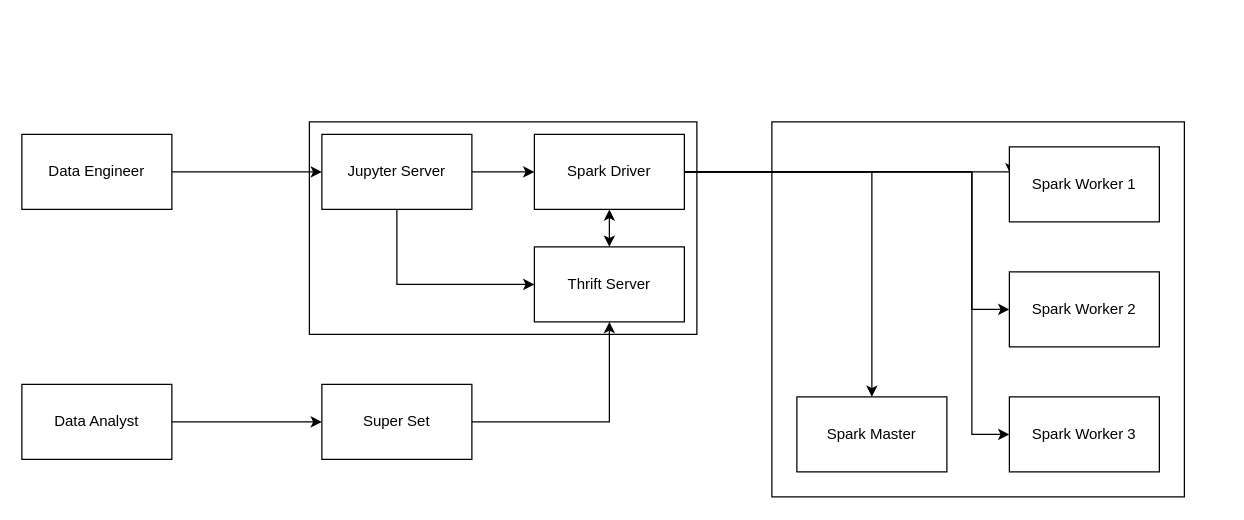
This is misc/diagramms/Architectur/Architectur.drawio from OWLcracker/big-data, a draw.io file, before an edit. Source tidied: cells renumbered, new cells numbered last; positions are measured from the earlier drawing's top-left corner, leaving out a move shared by most shapes. Both pictures are drawn from the tidied source at 125%, with x=0, y=0 at pixel (21, 121).
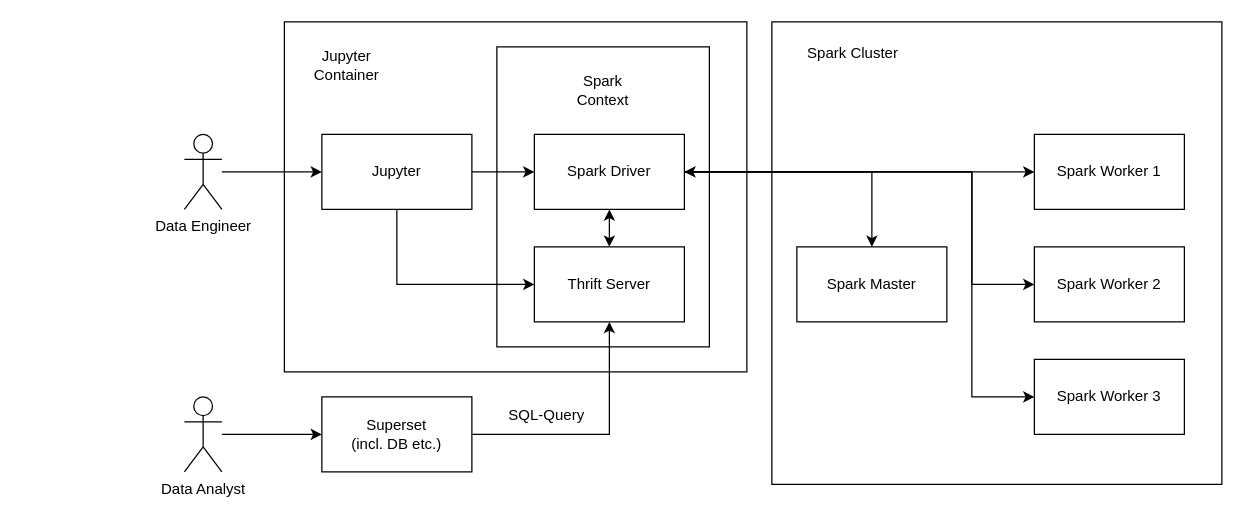
After the change.

Commit message (it also covers changes not shown here):
Add architecture diagramm and description in readme(not corrected)

What changed in the source:
```diff
@@
-    <mxCell id="2" style="rounded=0;whiteSpace=wrap;html=1;" parent="1" vertex="1">
-      <mxGeometry x="600" width="330" height="300" as="geometry" />
+    <mxCell id="2" style="rounded=0;whiteSpace=wrap;html=1;fontFamily=JetBrainsMono Nerd Font;" parent="1" vertex="1">
+      <mxGeometry x="600" y="-80" width="360" height="370" as="geometry" />
     </mxCell>
-    <mxCell id="3" style="rounded=0;whiteSpace=wrap;html=1;" parent="1" vertex="1">
-      <mxGeometry x="230" width="310" height="170" as="geometry" />
+    <mxCell id="3" style="rounded=0;whiteSpace=wrap;html=1;fontFamily=JetBrainsMono Nerd Font;" parent="1" vertex="1">
+      <mxGeometry x="210" y="-80" width="370" height="280" as="geometry" />
     </mxCell>
-    <mxCell id="4" style="edgeStyle=orthogonalEdgeStyle;rounded=0;jettySize=auto;html=1;entryX=0;entryY=0.5;entryDx=0;entryDy=0;" parent="1" edge="1" source="5" target="9">
-      <mxGeometry relative="1" as="geometry" />
-    </mxCell>
-    <mxCell id="5" value="Data Analyst" style="rounded=0;whiteSpace=wrap;html=1;" parent="1" vertex="1">
-      <mxGeometry y="210" width="120" height="60" as="geometry" />
-    </mxCell>
-    <mxCell id="6" style="edgeStyle=orthogonalEdgeStyle;rounded=0;jettySize=auto;html=1;" parent="1" edge="1" source="7" target="12">
-      <mxGeometry relative="1" as="geometry" />
-    </mxCell>
-    <mxCell id="7" value="Data Engineer" style="rounded=0;whiteSpace=wrap;html=1;" parent="1" vertex="1">
-      <mxGeometry y="10" width="120" height="60" as="geometry" />
-    </mxCell>
+    <mxCell id="24" style="rounded=0;whiteSpace=wrap;html=1;" parent="1" vertex="1">
+      <mxGeometry x="380" y="-60" width="170" height="240" as="geometry" />
+    </mxCell>
-    <mxCell id="8" style="edgeStyle=orthogonalEdgeStyle;rounded=0;jettySize=auto;html=1;entryX=0.5;entryY=1;entryDx=0;entryDy=0;" parent="1" edge="1" source="9" target="19">
+    <mxCell id="8" style="edgeStyle=orthogonalEdgeStyle;rounded=0;jettySize=auto;html=1;entryX=0.5;entryY=1;entryDx=0;entryDy=0;fontFamily=JetBrainsMono Nerd Font;" parent="1" edge="1" source="9" target="19">
       <mxGeometry relative="1" as="geometry" />
     </mxCell>
-    <mxCell id="9" value="Super Set" style="rounded=0;whiteSpace=wrap;html=1;" parent="1" vertex="1">
-      <mxGeometry x="240" y="210" width="120" height="60" as="geometry" />
+    <mxCell id="9" value="Superset&lt;br&gt;(incl. DB etc.)" style="rounded=0;whiteSpace=wrap;html=1;fontFamily=JetBrainsMono Nerd Font;" parent="1" vertex="1">
+      <mxGeometry x="240" y="220" width="120" height="60" as="geometry" />
     </mxCell>
-    <mxCell id="10" style="edgeStyle=orthogonalEdgeStyle;rounded=0;jettySize=auto;html=1;exitX=1;exitY=0.5;exitDx=0;exitDy=0;entryX=0;entryY=0.5;entryDx=0;entryDy=0;" parent="1" edge="1" source="12" target="17">
+    <mxCell id="10" style="edgeStyle=orthogonalEdgeStyle;rounded=0;jettySize=auto;html=1;exitX=1;exitY=0.5;exitDx=0;exitDy=0;entryX=0;entryY=0.5;entryDx=0;entryDy=0;fontFamily=JetBrainsMono Nerd Font;" parent="1" edge="1" source="12" target="17">
       <mxGeometry relative="1" as="geometry" />
     </mxCell>
-    <mxCell id="11" style="edgeStyle=orthogonalEdgeStyle;rounded=0;jettySize=auto;html=1;exitX=0.5;exitY=1;exitDx=0;exitDy=0;entryX=0;entryY=0.5;entryDx=0;entryDy=0;" parent="1" edge="1" source="12" target="19">
+    <mxCell id="11" style="edgeStyle=orthogonalEdgeStyle;rounded=0;jettySize=auto;html=1;exitX=0.5;exitY=1;exitDx=0;exitDy=0;entryX=0;entryY=0.5;entryDx=0;entryDy=0;fontFamily=JetBrainsMono Nerd Font;" parent="1" edge="1" source="12" target="19">
       <mxGeometry relative="1" as="geometry" />
     </mxCell>
-    <mxCell id="12" value="Jupyter Server" style="whiteSpace=wrap;html=1;" parent="1" vertex="1">
+    <mxCell id="12" value="Jupyter" style="whiteSpace=wrap;html=1;fontFamily=JetBrainsMono Nerd Font;" parent="1" vertex="1">
       <mxGeometry x="240" y="10" width="120" height="60" as="geometry" />
     </mxCell>
-    <mxCell id="13" style="edgeStyle=orthogonalEdgeStyle;rounded=0;jettySize=auto;html=1;entryX=0.5;entryY=0;entryDx=0;entryDy=0;" parent="1" edge="1" source="17" target="20">
+    <mxCell id="13" style="edgeStyle=orthogonalEdgeStyle;rounded=0;jettySize=auto;html=1;entryX=0.5;entryY=0;entryDx=0;entryDy=0;fontFamily=JetBrainsMono Nerd Font;" parent="1" edge="1" source="17" target="20">
       <mxGeometry relative="1" as="geometry">
         <Array as="points">
           <mxPoint x="680" y="40" />
         </Array>
       </mxGeometry>
     </mxCell>
-    <mxCell id="14" style="edgeStyle=orthogonalEdgeStyle;rounded=0;jettySize=auto;html=1;entryX=0;entryY=0.5;entryDx=0;entryDy=0;" parent="1" edge="1" source="17" target="23">
+    <mxCell id="14" style="edgeStyle=orthogonalEdgeStyle;rounded=0;jettySize=auto;html=1;entryX=0;entryY=0.5;entryDx=0;entryDy=0;fontFamily=JetBrainsMono Nerd Font;" parent="1" edge="1" source="17" target="23">
       <mxGeometry relative="1" as="geometry">
         <Array as="points">
           <mxPoint x="760" y="40" />
-          <mxPoint x="760" y="150" />
+          <mxPoint x="760" y="130" />
         </Array>
       </mxGeometry>
     </mxCell>
-    <mxCell id="15" style="edgeStyle=orthogonalEdgeStyle;rounded=0;jettySize=auto;html=1;entryX=0;entryY=0.5;entryDx=0;entryDy=0;" parent="1" edge="1" source="17" target="22">
+    <mxCell id="15" style="edgeStyle=orthogonalEdgeStyle;rounded=0;jettySize=auto;html=1;entryX=0;entryY=0.5;entryDx=0;entryDy=0;fontFamily=JetBrainsMono Nerd Font;" parent="1" edge="1" source="17" target="22">
       <mxGeometry relative="1" as="geometry">
         <Array as="points">
           <mxPoint x="760" y="40" />
-          <mxPoint x="760" y="250" />
+          <mxPoint x="760" y="220" />
         </Array>
       </mxGeometry>
     </mxCell>
-    <mxCell id="16" style="edgeStyle=orthogonalEdgeStyle;rounded=0;jettySize=auto;html=1;endArrow=classic;endFill=1;entryX=0.008;entryY=0.367;entryDx=0;entryDy=0;entryPerimeter=0;" parent="1" edge="1" source="17" target="21">
-      <mxGeometry relative="1" as="geometry">
-        <Array as="points">
-          <mxPoint x="791" y="40" />
-        </Array>
-      </mxGeometry>
+    <mxCell id="16" style="edgeStyle=orthogonalEdgeStyle;rounded=0;jettySize=auto;html=1;exitX=1;exitY=0.5;exitDx=0;exitDy=0;startArrow=classic;startFill=1;" parent="1" edge="1" source="17" target="21">
+      <mxGeometry relative="1" as="geometry" />
     </mxCell>
-    <mxCell id="17" value="Spark Driver" style="rounded=0;whiteSpace=wrap;html=1;" parent="1" vertex="1">
+    <mxCell id="17" value="Spark Driver" style="rounded=0;whiteSpace=wrap;html=1;fontFamily=JetBrainsMono Nerd Font;" parent="1" vertex="1">
       <mxGeometry x="410" y="10" width="120" height="60" as="geometry" />
     </mxCell>
-    <mxCell id="18" style="edgeStyle=orthogonalEdgeStyle;rounded=0;jettySize=auto;html=1;exitX=0.5;exitY=0;exitDx=0;exitDy=0;startArrow=classic;startFill=1;" parent="1" edge="1" source="19" target="17">
+    <mxCell id="18" style="edgeStyle=orthogonalEdgeStyle;rounded=0;jettySize=auto;html=1;exitX=0.5;exitY=0;exitDx=0;exitDy=0;startArrow=classic;startFill=1;fontFamily=JetBrainsMono Nerd Font;" parent="1" edge="1" source="19" target="17">
       <mxGeometry relative="1" as="geometry" />
     </mxCell>
-    <mxCell id="19" value="Thrift Server" style="rounded=0;whiteSpace=wrap;html=1;" parent="1" vertex="1">
+    <mxCell id="19" value="Thrift Server" style="rounded=0;whiteSpace=wrap;html=1;fontFamily=JetBrainsMono Nerd Font;" parent="1" vertex="1">
       <mxGeometry x="410" y="100" width="120" height="60" as="geometry" />
     </mxCell>
-    <mxCell id="20" value="Spark Master" style="rounded=0;whiteSpace=wrap;html=1;" parent="1" vertex="1">
-      <mxGeometry x="620" y="220" width="120" height="60" as="geometry" />
+    <mxCell id="20" value="Spark Master" style="rounded=0;whiteSpace=wrap;html=1;fontFamily=JetBrainsMono Nerd Font;" parent="1" vertex="1">
+      <mxGeometry x="620" y="100" width="120" height="60" as="geometry" />
     </mxCell>
-    <mxCell id="21" value="Spark Worker 1" style="rounded=0;whiteSpace=wrap;html=1;" parent="1" vertex="1">
-      <mxGeometry x="790" y="20" width="120" height="60" as="geometry" />
+    <mxCell id="21" value="Spark Worker 1" style="rounded=0;whiteSpace=wrap;html=1;fontFamily=JetBrainsMono Nerd Font;" parent="1" vertex="1">
+      <mxGeometry x="810" y="10" width="120" height="60" as="geometry" />
     </mxCell>
-    <mxCell id="22" value="Spark Worker 3" style="rounded=0;whiteSpace=wrap;html=1;" parent="1" vertex="1">
-      <mxGeometry x="790" y="220" width="120" height="60" as="geometry" />
+    <mxCell id="22" value="Spark Worker 3" style="rounded=0;whiteSpace=wrap;html=1;fontFamily=JetBrainsMono Nerd Font;" parent="1" vertex="1">
+      <mxGeometry x="810" y="190" width="120" height="60" as="geometry" />
     </mxCell>
-    <mxCell id="23" value="Spark Worker 2" style="rounded=0;whiteSpace=wrap;html=1;" parent="1" vertex="1">
-      <mxGeometry x="790" y="120" width="120" height="60" as="geometry" />
+    <mxCell id="23" value="Spark Worker 2" style="rounded=0;whiteSpace=wrap;html=1;fontFamily=JetBrainsMono Nerd Font;" parent="1" vertex="1">
+      <mxGeometry x="810" y="100" width="120" height="60" as="geometry" />
     </mxCell>
+    <mxCell id="25" value="Spark Context" style="text;html=1;strokeColor=none;fillColor=none;align=center;verticalAlign=middle;whiteSpace=wrap;rounded=0;fontFamily=JetBrainsMono Nerd Font;" parent="1" vertex="1">
+      <mxGeometry x="435" y="-40" width="60" height="30" as="geometry" />
+    </mxCell>
+    <mxCell id="26" value="Spark Cluster" style="text;html=1;strokeColor=none;fillColor=none;align=center;verticalAlign=middle;whiteSpace=wrap;rounded=0;fontFamily=JetBrainsMono Nerd Font;" parent="1" vertex="1">
+      <mxGeometry x="610" y="-70" width="110" height="30" as="geometry" />
+    </mxCell>
+    <mxCell id="27" value="Jupyter Container" style="text;html=1;strokeColor=none;fillColor=none;align=center;verticalAlign=middle;whiteSpace=wrap;rounded=0;fontFamily=JetBrainsMono Nerd Font;" parent="1" vertex="1">
+      <mxGeometry x="230" y="-60" width="60" height="30" as="geometry" />
+    </mxCell>
+    <mxCell id="4" style="edgeStyle=orthogonalEdgeStyle;rounded=0;jettySize=auto;html=1;entryX=0;entryY=0.5;entryDx=0;entryDy=0;" parent="1" edge="1" source="5" target="9">
+      <mxGeometry relative="1" as="geometry" />
+    </mxCell>
+    <mxCell id="5" value="Data Analyst" style="shape=umlActor;verticalLabelPosition=bottom;verticalAlign=top;html=1;outlineConnect=0;fontFamily=JetBrainsMono Nerd Font;" parent="1" vertex="1">
+      <mxGeometry x="130" y="220" width="30" height="60" as="geometry" />
+    </mxCell>
+    <mxCell id="6" style="edgeStyle=orthogonalEdgeStyle;rounded=0;jettySize=auto;html=1;" parent="1" edge="1" source="7" target="12">
+      <mxGeometry relative="1" as="geometry" />
+    </mxCell>
+    <mxCell id="7" value="Data Engineer" style="shape=umlActor;verticalLabelPosition=bottom;verticalAlign=top;html=1;outlineConnect=0;fontFamily=JetBrainsMono Nerd Font;" parent="1" vertex="1">
+      <mxGeometry x="130" y="10" width="30" height="60" as="geometry" />
+    </mxCell>
+    <mxCell id="28" value="&lt;font face=&quot;JetBrainsMono Nerd Font&quot;&gt;SQL-Query&lt;/font&gt;" style="text;html=1;strokeColor=none;fillColor=none;align=center;verticalAlign=middle;whiteSpace=wrap;rounded=0;" parent="1" vertex="1">
+      <mxGeometry x="380" y="220" width="80" height="30" as="geometry" />
+    </mxCell>
```
